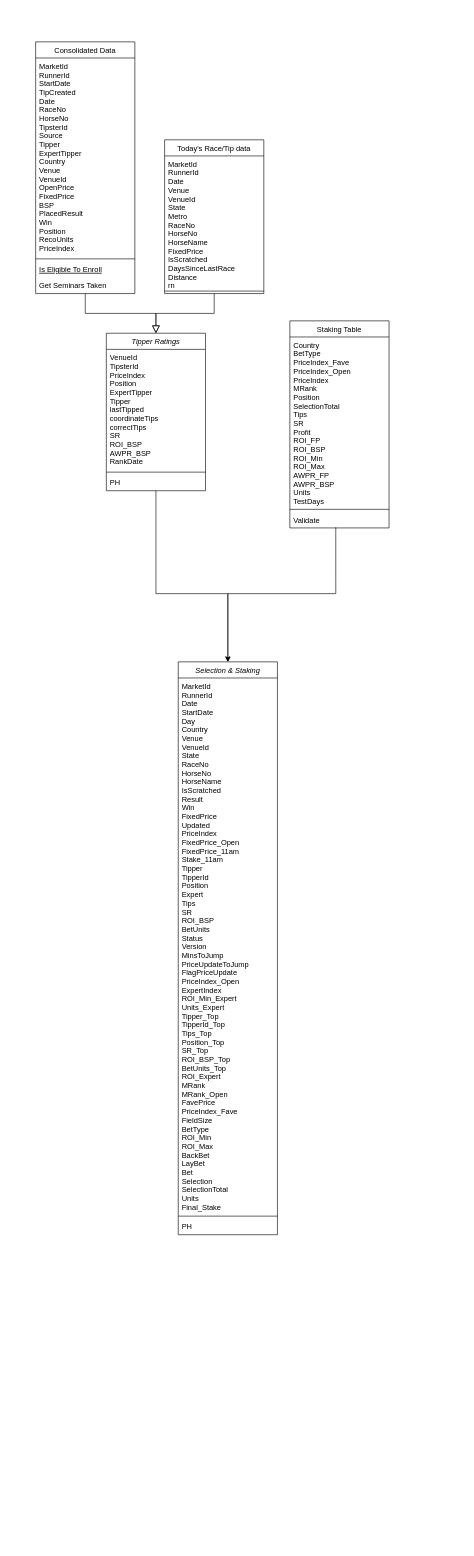
Earlier version of the draw.io diagram page "Main" (1 of 3) of Untitled Diagram.drawio (zwjjoy/books-1). Source tidied: cells renumbered, new cells numbered last; positions are measured from the earlier drawing's top-left corner, leaving out a move shared by most shapes. Both pictures are drawn from the tidied source at 62%, with x=0, y=0 at pixel (35, 42).
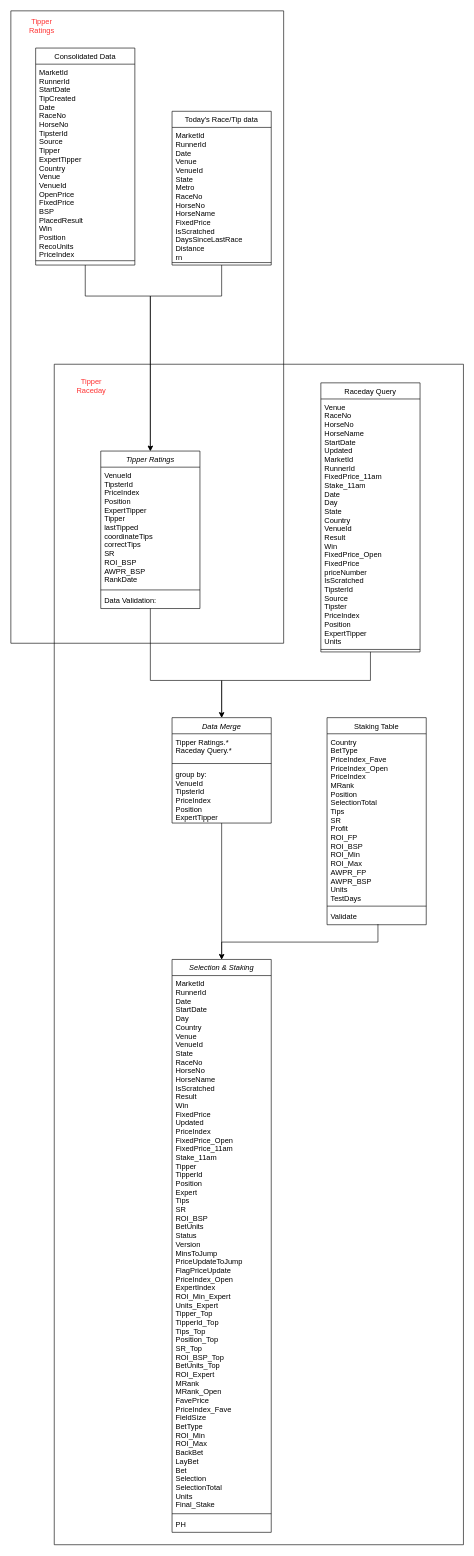
Above is the later version.

The change refers to these unchanged cells:
```xml
<mxCell id="21" value="Validate" style="text;align=left;verticalAlign=top;spacingLeft=4;spacingRight=4;overflow=hidden;points=[[0,0.5],[1,0.5]];portConstraint=eastwest;" parent="18" vertex="1">
  <mxGeometry y="308" width="160" height="26" as="geometry" />
</mxCell>
```

The edit, as a diff of the source:
```diff
@@
-    <mxCell id="2" style="edgeStyle=orthogonalEdgeStyle;rounded=0;jettySize=auto;html=1;fontColor=#FF3333;" parent="1" edge="1" source="3" target="22">
-      <mxGeometry relative="1" as="geometry">
-        <Array as="points">
-          <mxPoint x="194" y="890" />
-          <mxPoint x="310" y="890" />
-        </Array>
-      </mxGeometry>
-    </mxCell>
+    <mxCell id="16" style="edgeStyle=orthogonalEdgeStyle;rounded=0;jettySize=auto;html=1;entryX=0.5;entryY=0;entryDx=0;entryDy=0;fontColor=#FF3333;" parent="1" edge="1" source="13" target="3">
+      <mxGeometry relative="1" as="geometry">
+        <Array as="points">
+          <mxPoint x="300" y="410" />
+          <mxPoint x="185" y="410" />
+        </Array>
+      </mxGeometry>
+    </mxCell>
+    <mxCell id="13" value="Today's Race/Tip data" style="swimlane;fontStyle=0;align=center;verticalAlign=top;horizontal=1;startSize=26;rounded=0;shadow=0;strokeWidth=1;" parent="1" vertex="1">
+      <mxGeometry x="220" y="112" width="160" height="248" as="geometry" />
+    </mxCell>
+    <mxCell id="14" value="MarketId&#10;RunnerId&#10;Date&#10;Venue&#10;VenueId&#10;State&#10;Metro&#10;RaceNo&#10;HorseNo&#10;HorseName&#10;FixedPrice&#10;IsScratched&#10;DaysSinceLastRace&#10;Distance&#10;rn" style="text;align=left;verticalAlign=top;spacingLeft=4;spacingRight=4;overflow=hidden;" parent="13" vertex="1">
+      <mxGeometry y="26" width="160" height="214" as="geometry" />
+    </mxCell>
+    <mxCell id="15" style="line;html=1;strokeWidth=1;align=left;verticalAlign=middle;spacingTop=-1;spacingLeft=3;spacingRight=3;labelPosition=right;" parent="13" vertex="1">
+      <mxGeometry y="240" width="160" height="8" as="geometry" />
+    </mxCell>
+    <mxCell id="17" style="edgeStyle=orthogonalEdgeStyle;rounded=0;jettySize=auto;html=1;entryX=0.5;entryY=0;entryDx=0;entryDy=0;fontColor=#FF3333;exitX=0.513;exitY=0.962;exitDx=0;exitDy=0;exitPerimeter=0;" parent="1" edge="1" source="21" target="22">
+      <mxGeometry relative="1" as="geometry" />
+    </mxCell>
+    <mxCell id="26" style="swimlane;startSize=0;labelBackgroundColor=none;fontColor=#FF3333;" parent="1" vertex="1">
+      <mxGeometry x="-40" y="-50" width="440" height="1020" as="geometry" />
+    </mxCell>
+    <mxCell id="27" value="Tipper Ratings" style="text;html=1;strokeColor=none;fillColor=none;align=center;verticalAlign=middle;whiteSpace=wrap;rounded=0;labelBackgroundColor=none;fontColor=#FF3333;" parent="26" vertex="1">
+      <mxGeometry x="20" y="10" width="60" height="30" as="geometry" />
+    </mxCell>
+    <mxCell id="7" value="Consolidated Data" style="swimlane;fontStyle=0;align=center;verticalAlign=top;horizontal=1;startSize=26;rounded=0;shadow=0;strokeWidth=1;" parent="26" vertex="1">
+      <mxGeometry x="40" y="60" width="160" height="350" as="geometry" />
+    </mxCell>
+    <mxCell id="8" value="MarketId&#10;RunnerId&#10;StartDate&#10;TipCreated&#10;Date&#10;RaceNo&#10;HorseNo&#10;TipsterId&#10;Source&#10;Tipper&#10;ExpertTipper&#10;Country&#10;Venue&#10;VenueId&#10;OpenPrice&#10;FixedPrice&#10;BSP&#10;PlacedResult&#10;Win&#10;Position&#10;RecoUnits&#10;PriceIndex" style="text;align=left;verticalAlign=top;spacingLeft=4;spacingRight=4;overflow=hidden;spacingTop=0;spacing=2;spacingBottom=4;" parent="7" vertex="1">
+      <mxGeometry y="26" width="160" height="314" as="geometry" />
+    </mxCell>
+    <mxCell id="9" style="line;html=1;strokeWidth=1;align=left;verticalAlign=middle;spacingTop=-1;spacingLeft=3;spacingRight=3;labelPosition=right;" parent="7" vertex="1">
+      <mxGeometry y="340" width="160" height="6" as="geometry" />
+    </mxCell>
+    <mxCell id="28" style="edgeStyle=orthogonalEdgeStyle;rounded=0;jettySize=auto;html=1;entryX=0.5;entryY=0;entryDx=0;entryDy=0;fontColor=#FF3333;" parent="26" edge="1" source="3" target="31">
+      <mxGeometry relative="1" as="geometry">
+        <Array as="points">
+          <mxPoint x="225" y="1080" />
+          <mxPoint x="340" y="1080" />
+        </Array>
+      </mxGeometry>
+    </mxCell>
-    <mxCell id="3" value="Tipper Ratings" style="swimlane;fontStyle=2;align=center;verticalAlign=top;horizontal=1;startSize=26;rounded=0;shadow=0;strokeWidth=1;" parent="1" vertex="1">
-      <mxGeometry x="114" y="470" width="160" height="254" as="geometry" />
+    <mxCell id="3" value="Tipper Ratings" style="swimlane;fontStyle=2;align=center;verticalAlign=top;horizontal=1;startSize=26;rounded=0;shadow=0;strokeWidth=1;" parent="26" vertex="1">
+      <mxGeometry x="145" y="710" width="160" height="254" as="geometry" />
     </mxCell>
@@
-    <mxCell id="6" value="PH" style="text;align=left;verticalAlign=top;spacingLeft=4;spacingRight=4;overflow=hidden;" parent="3" vertex="1">
-      <mxGeometry y="228" width="160" height="26" as="geometry" />
+    <mxCell id="6" value="Data Validation:&#10;" style="text;align=left;verticalAlign=top;spacingLeft=4;spacingRight=4;overflow=hidden;" parent="3" vertex="1">
+      <mxGeometry y="228" width="160" height="22" as="geometry" />
     </mxCell>
-    <mxCell id="7" value="Consolidated Data" style="swimlane;fontStyle=0;align=center;verticalAlign=top;horizontal=1;startSize=26;rounded=0;shadow=0;strokeWidth=1;" parent="1" vertex="1">
-      <mxGeometry width="160" height="406" as="geometry" />
-    </mxCell>
-    <mxCell id="8" value="MarketId&#10;RunnerId&#10;StartDate&#10;TipCreated&#10;Date&#10;RaceNo&#10;HorseNo&#10;TipsterId&#10;Source&#10;Tipper&#10;ExpertTipper&#10;Country&#10;Venue&#10;VenueId&#10;OpenPrice&#10;FixedPrice&#10;BSP&#10;PlacedResult&#10;Win&#10;Position&#10;RecoUnits&#10;PriceIndex" style="text;align=left;verticalAlign=top;spacingLeft=4;spacingRight=4;overflow=hidden;spacingTop=0;spacing=2;spacingBottom=4;" parent="7" vertex="1">
-      <mxGeometry y="26" width="160" height="320" as="geometry" />
-    </mxCell>
-    <mxCell id="9" style="line;html=1;strokeWidth=1;align=left;verticalAlign=middle;spacingTop=-1;spacingLeft=3;spacingRight=3;labelPosition=right;" parent="7" vertex="1">
-      <mxGeometry y="346" width="160" height="8" as="geometry" />
-    </mxCell>
-    <mxCell id="10" value="Is Eligible To Enroll" style="text;align=left;verticalAlign=top;spacingLeft=4;spacingRight=4;overflow=hidden;fontStyle=4;" parent="7" vertex="1">
-      <mxGeometry y="354" width="160" height="26" as="geometry" />
-    </mxCell>
-    <mxCell id="11" value="Get Seminars Taken" style="text;align=left;verticalAlign=top;spacingLeft=4;spacingRight=4;overflow=hidden;" parent="7" vertex="1">
-      <mxGeometry y="380" width="160" height="26" as="geometry" />
-    </mxCell>
-    <mxCell id="12" style="endArrow=block;endSize=10;endFill=0;shadow=0;strokeWidth=1;rounded=0;edgeStyle=elbowEdgeStyle;elbow=vertical;" parent="1" edge="1" source="7" target="3">
-      <mxGeometry relative="1" as="geometry" />
+    <mxCell id="12" style="edgeStyle=orthogonalEdgeStyle;rounded=0;jettySize=auto;html=1;fontColor=#FF3333;" parent="26" edge="1" source="7" target="3">
+      <mxGeometry relative="1" as="geometry">
+        <Array as="points">
+          <mxPoint x="120" y="460" />
+          <mxPoint x="225" y="460" />
+        </Array>
+      </mxGeometry>
     </mxCell>
-    <mxCell id="13" value="Today's Race/Tip data" style="swimlane;fontStyle=0;align=center;verticalAlign=top;horizontal=1;startSize=26;rounded=0;shadow=0;strokeWidth=1;" parent="1" vertex="1">
-      <mxGeometry x="208" y="158" width="160" height="248" as="geometry" />
-    </mxCell>
-    <mxCell id="14" value="MarketId&#10;RunnerId&#10;Date&#10;Venue&#10;VenueId&#10;State&#10;Metro&#10;RaceNo&#10;HorseNo&#10;HorseName&#10;FixedPrice&#10;IsScratched&#10;DaysSinceLastRace&#10;Distance&#10;rn" style="text;align=left;verticalAlign=top;spacingLeft=4;spacingRight=4;overflow=hidden;" parent="13" vertex="1">
-      <mxGeometry y="26" width="160" height="214" as="geometry" />
-    </mxCell>
-    <mxCell id="15" style="line;html=1;strokeWidth=1;align=left;verticalAlign=middle;spacingTop=-1;spacingLeft=3;spacingRight=3;labelPosition=right;" parent="13" vertex="1">
-      <mxGeometry y="240" width="160" height="8" as="geometry" />
-    </mxCell>
-    <mxCell id="16" style="endArrow=block;endSize=10;endFill=0;shadow=0;strokeWidth=1;rounded=0;edgeStyle=elbowEdgeStyle;elbow=vertical;" parent="1" edge="1" source="13" target="3">
-      <mxGeometry relative="1" as="geometry" />
-    </mxCell>
-    <mxCell id="17" style="edgeStyle=orthogonalEdgeStyle;rounded=0;jettySize=auto;html=1;fontColor=#FF3333;entryX=0.5;entryY=0;entryDx=0;entryDy=0;exitX=0.463;exitY=0.962;exitDx=0;exitDy=0;exitPerimeter=0;" parent="1" edge="1" source="21" target="22">
-      <mxGeometry relative="1" as="geometry">
-        <Array as="points">
-          <mxPoint x="484" y="890" />
-          <mxPoint x="310" y="890" />
-        </Array>
-      </mxGeometry>
-    </mxCell>
+    <mxCell id="29" style="swimlane;startSize=0;labelBackgroundColor=none;fontColor=#FF3333;" parent="26" vertex="1">
+      <mxGeometry x="70" y="570" width="660" height="1904" as="geometry" />
+    </mxCell>
+    <mxCell id="30" value="Tipper Raceday" style="text;html=1;strokeColor=none;fillColor=none;align=center;verticalAlign=middle;whiteSpace=wrap;rounded=0;labelBackgroundColor=none;fontColor=#FF3333;" parent="29" vertex="1">
+      <mxGeometry x="30" y="20" width="60" height="30" as="geometry" />
+    </mxCell>
+    <mxCell id="31" value="Data Merge" style="swimlane;fontStyle=2;align=center;verticalAlign=top;horizontal=1;startSize=26;rounded=0;shadow=0;strokeWidth=1;" parent="29" vertex="1">
+      <mxGeometry x="190" y="570" width="160" height="170" as="geometry" />
+    </mxCell>
+    <mxCell id="32" value="Tipper Ratings.*&#10;Raceday Query.*" style="text;align=left;verticalAlign=top;spacingLeft=4;spacingRight=4;overflow=hidden;" parent="31" vertex="1">
+      <mxGeometry y="26" width="160" height="44" as="geometry" />
+    </mxCell>
+    <mxCell id="33" style="line;html=1;strokeWidth=1;align=left;verticalAlign=middle;spacingTop=-1;spacingLeft=3;spacingRight=3;labelPosition=right;" parent="31" vertex="1">
+      <mxGeometry y="70" width="160" height="8" as="geometry" />
+    </mxCell>
+    <mxCell id="34" value="group by:&#10;VenueId&#10;TipsterId&#10;PriceIndex&#10;Position&#10;ExpertTipper&#10;" style="text;align=left;verticalAlign=top;spacingLeft=4;spacingRight=4;overflow=hidden;" parent="31" vertex="1">
+      <mxGeometry y="78" width="160" height="92" as="geometry" />
+    </mxCell>
+    <mxCell id="22" value="Selection &amp; Staking" style="swimlane;fontStyle=2;align=center;verticalAlign=top;horizontal=1;startSize=26;rounded=0;shadow=0;strokeWidth=1;" parent="29" vertex="1">
+      <mxGeometry x="190" y="960" width="160" height="924" as="geometry" />
+    </mxCell>
+    <mxCell id="23" value="MarketId&#10;RunnerId&#10;Date&#10;StartDate&#10;Day&#10;Country&#10;Venue&#10;VenueId&#10;State&#10;RaceNo&#10;HorseNo&#10;HorseName&#10;IsScratched&#10;Result&#10;Win&#10;FixedPrice&#10;Updated&#10;PriceIndex&#10;FixedPrice_Open&#10;FixedPrice_11am&#10;Stake_11am&#10;Tipper&#10;TipperId&#10;Position&#10;Expert&#10;Tips&#10;SR&#10;ROI_BSP&#10;BetUnits&#10;Status&#10;Version&#10;MinsToJump&#10;PriceUpdateToJump&#10;FlagPriceUpdate&#10;PriceIndex_Open&#10;ExpertIndex&#10;ROI_Min_Expert&#10;Units_Expert&#10;Tipper_Top&#10;TipperId_Top&#10;Tips_Top&#10;Position_Top&#10;SR_Top&#10;ROI_BSP_Top&#10;BetUnits_Top&#10;ROI_Expert&#10;MRank&#10;MRank_Open&#10;FavePrice&#10;PriceIndex_Fave&#10;FieldSize&#10;BetType&#10;ROI_Min&#10;ROI_Max&#10;BackBet&#10;LayBet&#10;Bet&#10;Selection&#10;SelectionTotal&#10;Units&#10;Final_Stake" style="text;align=left;verticalAlign=top;spacingLeft=4;spacingRight=4;overflow=hidden;" parent="22" vertex="1">
+      <mxGeometry y="26" width="160" height="864" as="geometry" />
+    </mxCell>
+    <mxCell id="24" style="line;html=1;strokeWidth=1;align=left;verticalAlign=middle;spacingTop=-1;spacingLeft=3;spacingRight=3;labelPosition=right;" parent="22" vertex="1">
+      <mxGeometry y="890" width="160" height="8" as="geometry" />
+    </mxCell>
+    <mxCell id="25" value="PH" style="text;align=left;verticalAlign=top;spacingLeft=4;spacingRight=4;overflow=hidden;" parent="22" vertex="1">
+      <mxGeometry y="898" width="160" height="26" as="geometry" />
+    </mxCell>
+    <mxCell id="35" style="edgeStyle=orthogonalEdgeStyle;rounded=0;jettySize=auto;html=1;entryX=0.5;entryY=0;entryDx=0;entryDy=0;fontColor=#FF3333;" parent="29" edge="1" source="31" target="22">
+      <mxGeometry relative="1" as="geometry" />
+    </mxCell>
     <mxCell id="18" value="Staking Table" style="swimlane;fontStyle=0;align=center;verticalAlign=top;horizontal=1;startSize=26;rounded=0;shadow=0;strokeWidth=1;" parent="1" vertex="1">
-      <mxGeometry x="410" y="450" width="160" height="334" as="geometry" />
+      <mxGeometry x="470" y="1090" width="160" height="334" as="geometry" />
     </mxCell>
@@
-    <mxCell id="22" value="Selection &amp; Staking" style="swimlane;fontStyle=2;align=center;verticalAlign=top;horizontal=1;startSize=26;rounded=0;shadow=0;strokeWidth=1;" parent="1" vertex="1">
-      <mxGeometry x="230" y="1000" width="160" height="924" as="geometry" />
-    </mxCell>
-    <mxCell id="23" value="MarketId&#10;RunnerId&#10;Date&#10;StartDate&#10;Day&#10;Country&#10;Venue&#10;VenueId&#10;State&#10;RaceNo&#10;HorseNo&#10;HorseName&#10;IsScratched&#10;Result&#10;Win&#10;FixedPrice&#10;Updated&#10;PriceIndex&#10;FixedPrice_Open&#10;FixedPrice_11am&#10;Stake_11am&#10;Tipper&#10;TipperId&#10;Position&#10;Expert&#10;Tips&#10;SR&#10;ROI_BSP&#10;BetUnits&#10;Status&#10;Version&#10;MinsToJump&#10;PriceUpdateToJump&#10;FlagPriceUpdate&#10;PriceIndex_Open&#10;ExpertIndex&#10;ROI_Min_Expert&#10;Units_Expert&#10;Tipper_Top&#10;TipperId_Top&#10;Tips_Top&#10;Position_Top&#10;SR_Top&#10;ROI_BSP_Top&#10;BetUnits_Top&#10;ROI_Expert&#10;MRank&#10;MRank_Open&#10;FavePrice&#10;PriceIndex_Fave&#10;FieldSize&#10;BetType&#10;ROI_Min&#10;ROI_Max&#10;BackBet&#10;LayBet&#10;Bet&#10;Selection&#10;SelectionTotal&#10;Units&#10;Final_Stake" style="text;align=left;verticalAlign=top;spacingLeft=4;spacingRight=4;overflow=hidden;" parent="22" vertex="1">
-      <mxGeometry y="26" width="160" height="864" as="geometry" />
-    </mxCell>
-    <mxCell id="24" style="line;html=1;strokeWidth=1;align=left;verticalAlign=middle;spacingTop=-1;spacingLeft=3;spacingRight=3;labelPosition=right;" parent="22" vertex="1">
-      <mxGeometry y="890" width="160" height="8" as="geometry" />
-    </mxCell>
-    <mxCell id="25" value="PH" style="text;align=left;verticalAlign=top;spacingLeft=4;spacingRight=4;overflow=hidden;" parent="22" vertex="1">
-      <mxGeometry y="898" width="160" height="26" as="geometry" />
-    </mxCell>
+    <mxCell id="36" style="edgeStyle=orthogonalEdgeStyle;rounded=0;jettySize=auto;html=1;entryX=0.5;entryY=0;entryDx=0;entryDy=0;fontColor=#FF3333;" parent="1" edge="1" source="37" target="31">
+      <mxGeometry relative="1" as="geometry">
+        <Array as="points">
+          <mxPoint x="540" y="1030" />
+          <mxPoint x="300" y="1030" />
+        </Array>
+      </mxGeometry>
+    </mxCell>
+    <mxCell id="37" value="Raceday Query" style="swimlane;fontStyle=0;align=center;verticalAlign=top;horizontal=1;startSize=26;rounded=0;shadow=0;strokeWidth=1;" parent="1" vertex="1">
+      <mxGeometry x="460" y="550" width="160" height="434" as="geometry" />
+    </mxCell>
+    <mxCell id="38" value="Venue&#10;RaceNo&#10;HorseNo&#10;HorseName&#10;StartDate&#10;Updated&#10;MarketId&#10;RunnerId&#10;FixedPrice_11am&#10;Stake_11am&#10;Date&#10;Day&#10;State&#10;Country&#10;VenueId&#10;Result&#10;Win&#10;FixedPrice_Open&#10;FixedPrice&#10;priceNumber&#10;IsScratched&#10;TipsterId&#10;Source&#10;Tipster&#10;PriceIndex&#10;Position&#10;ExpertTipper&#10;Units" style="text;align=left;verticalAlign=top;spacingLeft=4;spacingRight=4;overflow=hidden;" parent="37" vertex="1">
+      <mxGeometry y="26" width="160" height="400" as="geometry" />
+    </mxCell>
+    <mxCell id="39" style="line;html=1;strokeWidth=1;align=left;verticalAlign=middle;spacingTop=-1;spacingLeft=3;spacingRight=3;labelPosition=right;" parent="37" vertex="1">
+      <mxGeometry y="426" width="160" height="8" as="geometry" />
+    </mxCell>
```
